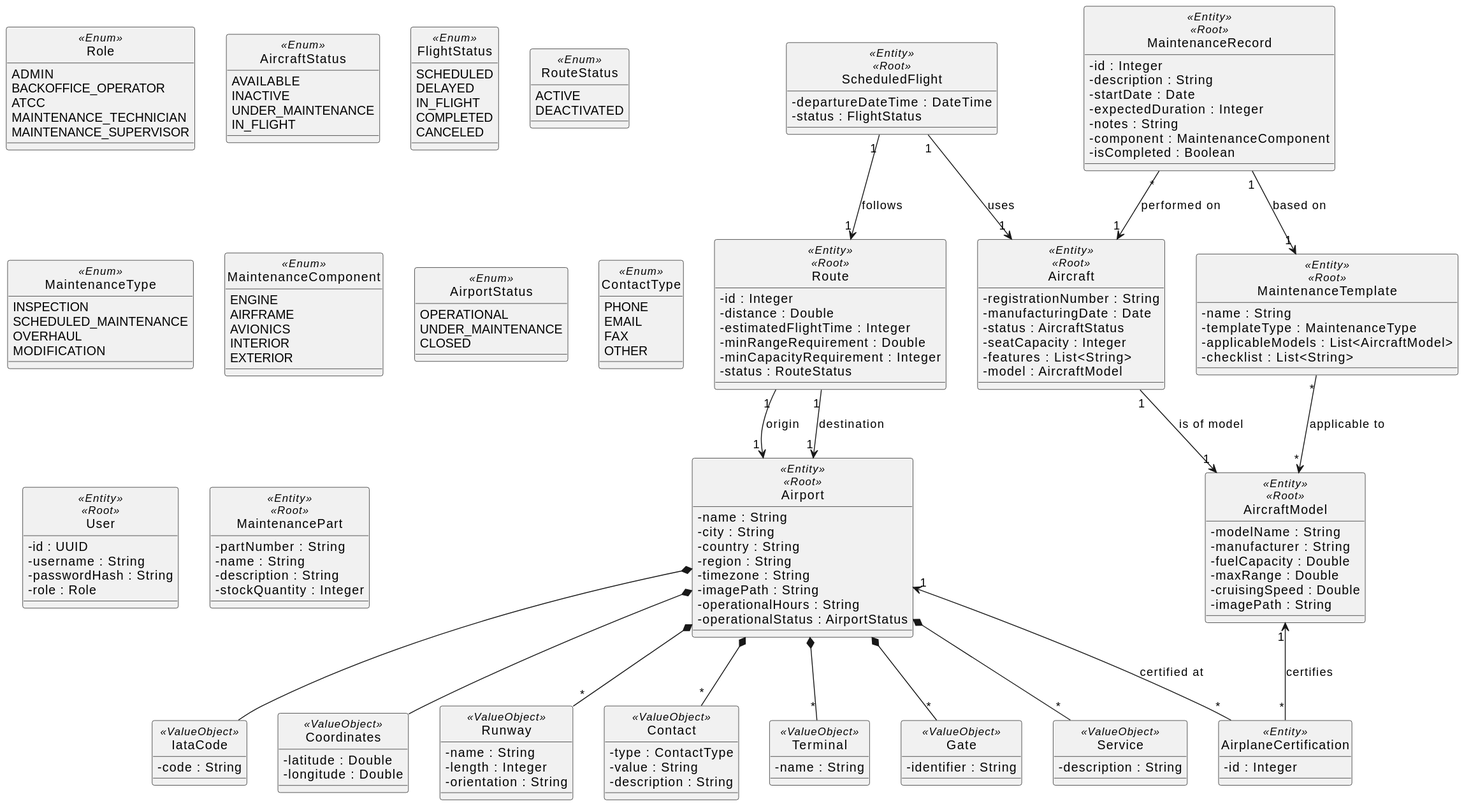
Earlier version of the PlantUML export docs/system-documentation/global-artifacts/svg/DM.svg (VascoMagolo/psoft_1231562_1241692_1242036_2db).
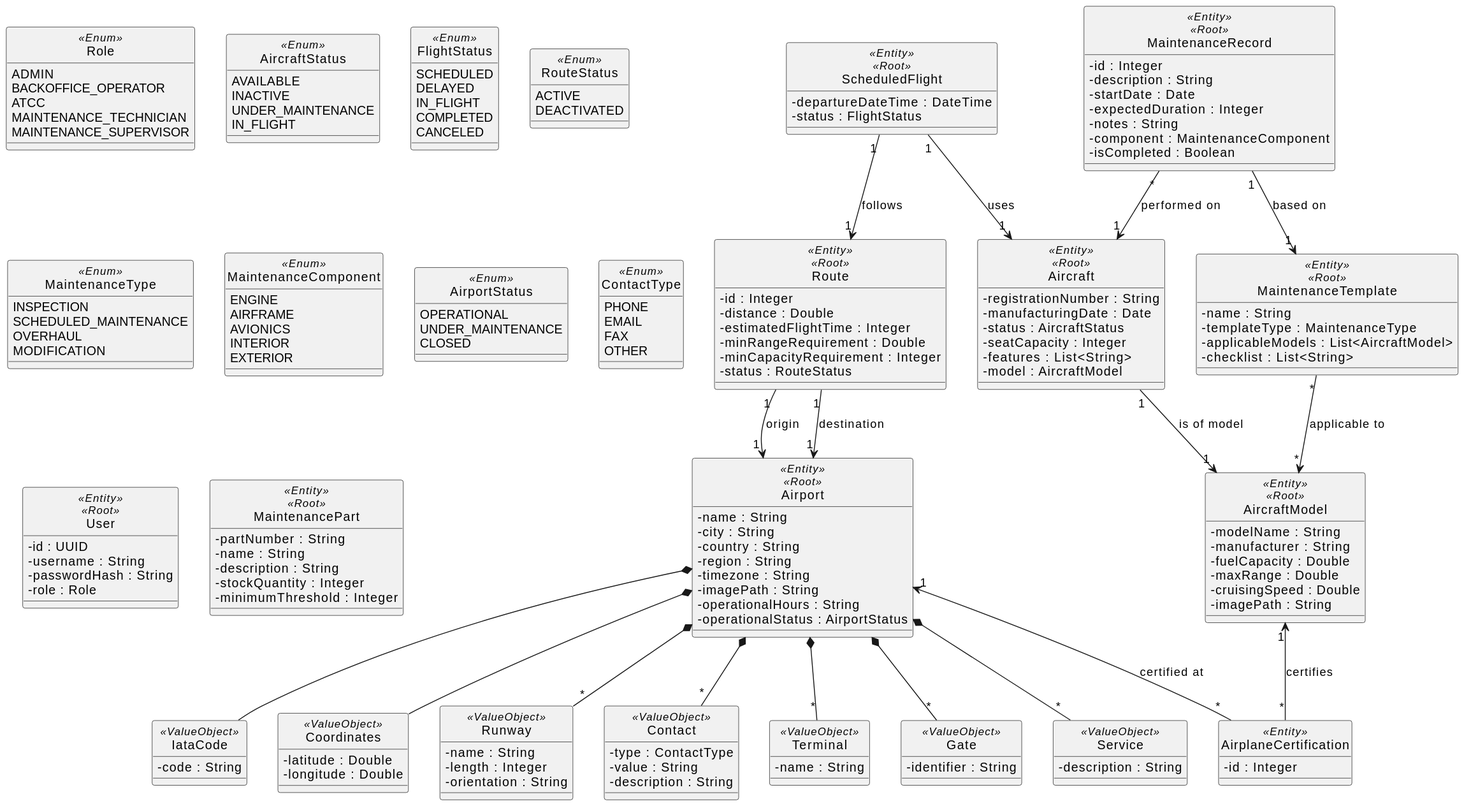
Later version of the same file.

Commit message:
(update): domain model to match client's latest requirements

Diff of the diagram source:
```diff
@@ -2,7 +2,6 @@
 skinparam classAttributeIconSize 0
 skinparam monochrome true
 hide circle
-
 
 enum Role <<Enum>> {
   ADMIN
@@ -60,7 +59,6 @@
    OTHER
 }
 
-
 class IataCode <<ValueObject>> {
   - code : String
 }
@@ -93,7 +91,6 @@
 class Service <<ValueObject>> {
   - description : String
 }
-
 
 class User <<Entity>> <<Root>> {
   - id : UUID
@@ -171,8 +168,8 @@
   - name : String
   - description : String
   - stockQuantity : Integer
+  - minimumThreshold : Integer
 }
-
 
 Airport *-- IataCode
 Airport *-- Coordinates
```
